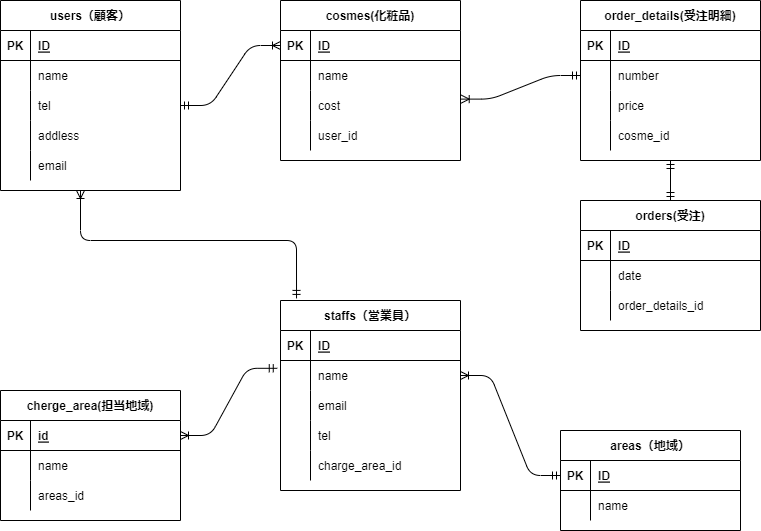
tatsumaki0301/20220723yasumoto keeps this draw.io diagram as test2.drawio.png. Above is the earlier version. Source tidied: cells renumbered, new cells last; positions are measured from the earlier drawing's top-left corner, leaving out a move shared by most shapes.
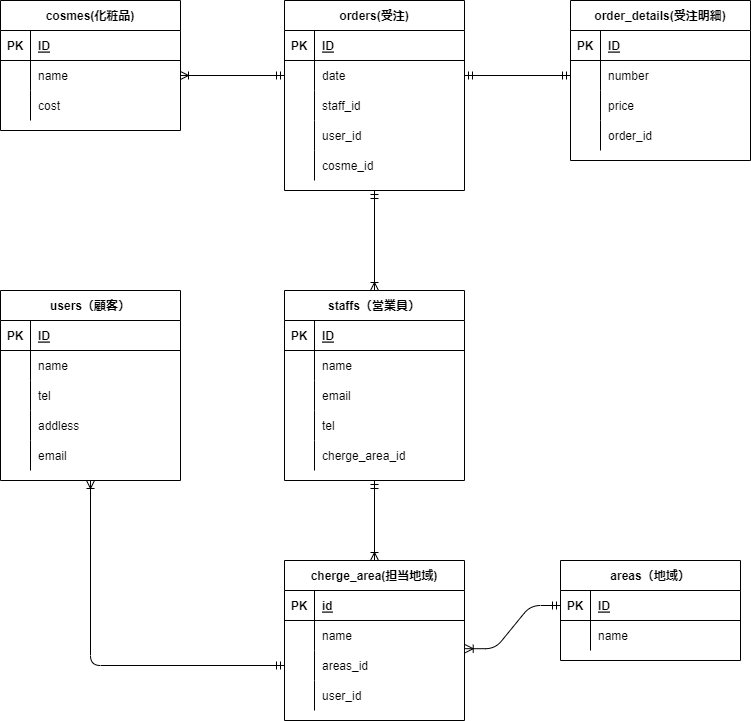
After the commit.

Diff of the diagram source:
```diff
@@ -3,7 +3,7 @@
     <mxCell id="0" />
     <mxCell id="1" parent="0" />
     <mxCell id="2" value="cosmes(化粧品)" style="shape=table;startSize=30;rowLines=0;fontStyle=1;align=center;" parent="1" vertex="1">
-      <mxGeometry x="280" width="180" height="160" as="geometry" />
+      <mxGeometry x="10" y="40" width="180" height="130" as="geometry" />
     </mxCell>
     <mxCell id="3" style="shape=partialRectangle;fillColor=none;top=0;left=0;bottom=1;right=0;points=[[0,0.5],[1,0.5]];portConstraint=eastwest;" parent="2" vertex="1">
       <mxGeometry y="30" width="180" height="30" as="geometry" />
@@ -32,17 +32,8 @@
     <mxCell id="11" value="cost" style="shape=partialRectangle;fillColor=none;top=0;left=0;bottom=0;right=0;align=left;spacingLeft=6;overflow=hidden;" parent="9" vertex="1">
       <mxGeometry x="30" width="150" height="30" as="geometry" />
     </mxCell>
-    <mxCell id="12" style="shape=partialRectangle;fillColor=none;top=0;left=0;bottom=0;right=0;" parent="2" vertex="1">
-      <mxGeometry y="120" width="180" height="30" as="geometry" />
-    </mxCell>
-    <mxCell id="13" style="shape=partialRectangle;fillColor=none;top=0;left=0;bottom=0;right=0;overflow=hidden;" parent="12" vertex="1">
-      <mxGeometry width="30" height="30" as="geometry" />
-    </mxCell>
-    <mxCell id="14" value="user_id" style="shape=partialRectangle;fillColor=none;top=0;left=0;bottom=0;right=0;align=left;spacingLeft=6;overflow=hidden;" parent="12" vertex="1">
-      <mxGeometry x="30" width="150" height="30" as="geometry" />
-    </mxCell>
     <mxCell id="15" value="order_details(受注明細)" style="shape=table;startSize=30;rowLines=0;fontStyle=1;align=center;" parent="1" vertex="1">
-      <mxGeometry x="580" width="180" height="160" as="geometry" />
+      <mxGeometry x="580" y="40" width="180" height="160" as="geometry" />
     </mxCell>
     <mxCell id="16" style="shape=partialRectangle;fillColor=none;top=0;left=0;bottom=1;right=0;" parent="15" vertex="1">
       <mxGeometry y="30" width="180" height="30" as="geometry" />
@@ -71,17 +62,17 @@
     <mxCell id="24" value="price" style="shape=partialRectangle;fillColor=none;top=0;left=0;bottom=0;right=0;align=left;spacingLeft=6;overflow=hidden;" parent="22" vertex="1">
       <mxGeometry x="30" width="150" height="30" as="geometry" />
     </mxCell>
-    <mxCell id="25" style="shape=partialRectangle;fillColor=none;top=0;left=0;bottom=0;right=0;" parent="15" vertex="1">
-      <mxGeometry y="120" width="180" height="30" as="geometry" />
-    </mxCell>
-    <mxCell id="26" style="shape=partialRectangle;fillColor=none;top=0;left=0;bottom=0;right=0;overflow=hidden;" parent="25" vertex="1">
-      <mxGeometry width="30" height="30" as="geometry" />
-    </mxCell>
-    <mxCell id="27" value="cosme_id" style="shape=partialRectangle;fillColor=none;top=0;left=0;bottom=0;right=0;align=left;spacingLeft=6;overflow=hidden;" parent="25" vertex="1">
-      <mxGeometry x="30" width="150" height="30" as="geometry" />
-    </mxCell>
+    <mxCell id="93" style="shape=partialRectangle;fillColor=none;top=0;left=0;bottom=0;right=0;" parent="15" vertex="1">
+      <mxGeometry y="120" width="180" height="30" as="geometry" />
+    </mxCell>
+    <mxCell id="94" style="shape=partialRectangle;fillColor=none;top=0;left=0;bottom=0;right=0;overflow=hidden;" parent="93" vertex="1">
+      <mxGeometry width="30" height="30" as="geometry" />
+    </mxCell>
+    <mxCell id="95" value="order_id" style="shape=partialRectangle;fillColor=none;top=0;left=0;bottom=0;right=0;align=left;spacingLeft=6;overflow=hidden;" parent="93" vertex="1">
+      <mxGeometry x="30" width="150" height="30" as="geometry" />
+    </mxCell>
     <mxCell id="28" value="orders(受注)" style="shape=table;startSize=30;rowLines=0;fontStyle=1;align=center;" parent="1" vertex="1">
-      <mxGeometry x="580" y="200" width="180" height="130" as="geometry" />
+      <mxGeometry x="294" y="40" width="180" height="190" as="geometry" />
     </mxCell>
     <mxCell id="29" style="shape=partialRectangle;fillColor=none;top=0;left=0;bottom=1;right=0;" parent="28" vertex="1">
       <mxGeometry y="30" width="180" height="30" as="geometry" />
@@ -104,14 +95,32 @@
     <mxCell id="35" style="shape=partialRectangle;fillColor=none;top=0;left=0;bottom=0;right=0;" parent="28" vertex="1">
       <mxGeometry y="90" width="180" height="30" as="geometry" />
     </mxCell>
-    <mxCell id="36" style="shape=partialRectangle;fillColor=none;top=0;left=0;bottom=0;right=0;overflow=hidden;" parent="35" vertex="1">
-      <mxGeometry width="30" height="30" as="geometry" />
-    </mxCell>
-    <mxCell id="37" value="order_details_id" style="shape=partialRectangle;fillColor=none;top=0;left=0;bottom=0;right=0;align=left;spacingLeft=6;overflow=hidden;" parent="35" vertex="1">
-      <mxGeometry x="30" width="150" height="30" as="geometry" />
-    </mxCell>
+    <mxCell id="96" style="shape=partialRectangle;fillColor=none;top=0;left=0;bottom=0;right=0;overflow=hidden;" parent="35" vertex="1">
+      <mxGeometry width="30" height="30" as="geometry" />
+    </mxCell>
+    <mxCell id="97" value="staff_id" style="shape=partialRectangle;fillColor=none;top=0;left=0;bottom=0;right=0;align=left;spacingLeft=6;overflow=hidden;" parent="35" vertex="1">
+      <mxGeometry x="30" width="150" height="30" as="geometry" />
+    </mxCell>
+    <mxCell id="98" style="shape=partialRectangle;fillColor=none;top=0;left=0;bottom=0;right=0;" parent="28" vertex="1">
+      <mxGeometry y="120" width="180" height="30" as="geometry" />
+    </mxCell>
+    <mxCell id="99" style="shape=partialRectangle;fillColor=none;top=0;left=0;bottom=0;right=0;overflow=hidden;" parent="98" vertex="1">
+      <mxGeometry width="30" height="30" as="geometry" />
+    </mxCell>
+    <mxCell id="100" value="user_id" style="shape=partialRectangle;fillColor=none;top=0;left=0;bottom=0;right=0;align=left;spacingLeft=6;overflow=hidden;" parent="98" vertex="1">
+      <mxGeometry x="30" width="150" height="30" as="geometry" />
+    </mxCell>
+    <mxCell id="101" style="shape=partialRectangle;fillColor=none;top=0;left=0;bottom=0;right=0;" parent="28" vertex="1">
+      <mxGeometry y="150" width="180" height="30" as="geometry" />
+    </mxCell>
+    <mxCell id="102" style="shape=partialRectangle;fillColor=none;top=0;left=0;bottom=0;right=0;overflow=hidden;" parent="101" vertex="1">
+      <mxGeometry width="30" height="30" as="geometry" />
+    </mxCell>
+    <mxCell id="27" value="cosme_id" style="shape=partialRectangle;fillColor=none;top=0;left=0;bottom=0;right=0;align=left;spacingLeft=6;overflow=hidden;" parent="101" vertex="1">
+      <mxGeometry x="30" width="150" height="30" as="geometry" />
+    </mxCell>
     <mxCell id="38" value="users（顧客）" style="shape=table;startSize=30;rowLines=0;fontStyle=1;align=center;" parent="1" vertex="1">
-      <mxGeometry width="180" height="190" as="geometry" />
+      <mxGeometry x="10" y="330" width="180" height="190" as="geometry" />
     </mxCell>
     <mxCell id="39" style="shape=partialRectangle;fillColor=none;top=0;left=0;bottom=1;right=0;" parent="38" vertex="1">
       <mxGeometry y="30" width="180" height="30" as="geometry" />
@@ -159,7 +168,7 @@
       <mxGeometry x="30" width="150" height="30" as="geometry" />
     </mxCell>
     <mxCell id="54" value="staffs（営業員）" style="shape=table;startSize=30;rowLines=0;fontStyle=1;align=center;" parent="1" vertex="1">
-      <mxGeometry x="280" y="300" width="180" height="190" as="geometry" />
+      <mxGeometry x="294" y="330" width="180" height="190" as="geometry" />
     </mxCell>
     <mxCell id="55" style="shape=partialRectangle;fillColor=none;top=0;left=0;bottom=1;right=0;" parent="54" vertex="1">
       <mxGeometry y="30" width="180" height="30" as="geometry" />
@@ -203,11 +212,11 @@
     <mxCell id="68" style="shape=partialRectangle;fillColor=none;top=0;left=0;bottom=0;right=0;overflow=hidden;" parent="67" vertex="1">
       <mxGeometry width="30" height="30" as="geometry" />
     </mxCell>
-    <mxCell id="69" value="charge_area_id" style="shape=partialRectangle;fillColor=none;top=0;left=0;bottom=0;right=0;align=left;spacingLeft=6;overflow=hidden;" parent="67" vertex="1">
+    <mxCell id="69" value="cherge_area_id" style="shape=partialRectangle;fillColor=none;top=0;left=0;bottom=0;right=0;align=left;spacingLeft=6;overflow=hidden;" parent="67" vertex="1">
       <mxGeometry x="30" width="150" height="30" as="geometry" />
     </mxCell>
     <mxCell id="70" value="areas（地域）" style="shape=table;startSize=30;rowLines=0;fontStyle=1;align=center;" parent="1" vertex="1">
-      <mxGeometry x="560" y="430" width="180" height="100" as="geometry" />
+      <mxGeometry x="570" y="600" width="180" height="100" as="geometry" />
     </mxCell>
     <mxCell id="71" style="shape=partialRectangle;fillColor=none;top=0;left=0;bottom=1;right=0;points=[[0,0.5],[1,0.5]];portConstraint=eastwest;" parent="70" vertex="1">
       <mxGeometry y="30" width="180" height="30" as="geometry" />
@@ -228,7 +237,7 @@
       <mxGeometry x="30" width="150" height="30" as="geometry" />
     </mxCell>
     <mxCell id="77" value="cherge_area(担当地域)" style="shape=table;startSize=30;rowLines=0;fontStyle=1;align=center;" parent="1" vertex="1">
-      <mxGeometry y="390" width="180" height="130" as="geometry" />
+      <mxGeometry x="294" y="600" width="180" height="160" as="geometry" />
     </mxCell>
     <mxCell id="78" style="shape=partialRectangle;fillColor=none;top=0;left=0;bottom=1;right=0;points=[[0,0.5],[1,0.5]];portConstraint=eastwest;" parent="77" vertex="1">
       <mxGeometry y="30" width="180" height="30" as="geometry" />
@@ -257,29 +266,32 @@
     <mxCell id="86" value="areas_id" style="shape=partialRectangle;fillColor=none;top=0;left=0;bottom=0;right=0;align=left;spacingLeft=6;overflow=hidden;" parent="84" vertex="1">
       <mxGeometry x="30" width="150" height="30" as="geometry" />
     </mxCell>
+    <mxCell id="103" style="shape=partialRectangle;fillColor=none;top=0;left=0;bottom=0;right=0;" parent="77" vertex="1">
+      <mxGeometry y="120" width="180" height="30" as="geometry" />
+    </mxCell>
+    <mxCell id="104" style="shape=partialRectangle;fillColor=none;top=0;left=0;bottom=0;right=0;overflow=hidden;" parent="103" vertex="1">
+      <mxGeometry width="30" height="30" as="geometry" />
+    </mxCell>
+    <mxCell id="105" value="user_id" style="shape=partialRectangle;fillColor=none;top=0;left=0;bottom=0;right=0;align=left;spacingLeft=6;overflow=hidden;" parent="103" vertex="1">
+      <mxGeometry x="30" width="150" height="30" as="geometry" />
+    </mxCell>
-    <mxCell id="87" style="edgeStyle=entityRelationEdgeStyle;fontSize=12;html=1;endArrow=ERoneToMany;startArrow=ERmandOne;exitX=-0.018;exitY=0.26;exitDx=0;exitDy=0;exitPerimeter=0;entryX=1;entryY=0.5;entryDx=0;entryDy=0;" parent="1" edge="1" source="58" target="78">
+    <mxCell id="87" style="fontSize=12;html=1;endArrow=ERoneToMany;startArrow=ERmandOne;entryX=0.5;entryY=0;entryDx=0;entryDy=0;exitX=0.5;exitY=1;exitDx=0;exitDy=0;" parent="1" edge="1" source="54" target="77">
       <mxGeometry relative="1" as="geometry" />
     </mxCell>
-    <mxCell id="88" style="edgeStyle=entityRelationEdgeStyle;fontSize=12;html=1;endArrow=ERoneToMany;startArrow=ERmandOne;exitX=0;exitY=0.5;exitDx=0;exitDy=0;entryX=1;entryY=0.5;entryDx=0;entryDy=0;" parent="1" edge="1" source="71" target="58">
+    <mxCell id="88" style="edgeStyle=entityRelationEdgeStyle;fontSize=12;html=1;endArrow=ERoneToMany;startArrow=ERmandOne;exitX=0;exitY=0.5;exitDx=0;exitDy=0;entryX=1.004;entryY=-0.06;entryDx=0;entryDy=0;entryPerimeter=0;" parent="1" edge="1" source="71" target="84">
       <mxGeometry relative="1" as="geometry" />
     </mxCell>
-    <mxCell id="89" style="edgeStyle=orthogonalEdgeStyle;fontSize=12;html=1;endArrow=ERoneToMany;startArrow=ERmandOne;exitX=0.089;exitY=-0.011;exitDx=0;exitDy=0;exitPerimeter=0;" parent="1" edge="1" source="54">
-      <mxGeometry relative="1" as="geometry">
-        <mxPoint x="80" y="190" as="targetPoint" />
-        <Array as="points">
-          <mxPoint x="296" y="240" />
-          <mxPoint x="80" y="240" />
-        </Array>
-      </mxGeometry>
-    </mxCell>
-    <mxCell id="90" style="edgeStyle=entityRelationEdgeStyle;fontSize=12;html=1;endArrow=ERoneToMany;startArrow=ERmandOne;exitX=1;exitY=0.5;exitDx=0;exitDy=0;entryX=0;entryY=0.5;entryDx=0;entryDy=0;" parent="1" edge="1" source="45" target="3">
-      <mxGeometry relative="1" as="geometry" />
-    </mxCell>
-    <mxCell id="91" style="fontSize=12;html=1;endArrow=ERmandOne;startArrow=ERmandOne;exitX=0.5;exitY=0;exitDx=0;exitDy=0;entryX=0.5;entryY=1;entryDx=0;entryDy=0;" parent="1" edge="1" source="28" target="15">
+    <mxCell id="91" style="fontSize=12;html=1;endArrow=ERmandOne;startArrow=ERmandOne;exitX=1;exitY=0.5;exitDx=0;exitDy=0;entryX=0;entryY=0.5;entryDx=0;entryDy=0;" parent="1" edge="1" source="32" target="19">
       <mxGeometry relative="1" as="geometry" />
     </mxCell>
-    <mxCell id="92" style="edgeStyle=entityRelationEdgeStyle;fontSize=12;html=1;endArrow=ERoneToMany;startArrow=ERmandOne;exitX=0;exitY=0.5;exitDx=0;exitDy=0;entryX=1.004;entryY=0.287;entryDx=0;entryDy=0;entryPerimeter=0;" parent="1" edge="1" source="19" target="9">
-      <mxGeometry relative="1" as="geometry" />
-    </mxCell>
+    <mxCell id="106" style="edgeStyle=orthogonalEdgeStyle;fontSize=12;html=1;endArrow=ERoneToMany;startArrow=ERmandOne;entryX=0.5;entryY=1;entryDx=0;entryDy=0;exitX=0;exitY=0.5;exitDx=0;exitDy=0;" parent="1" edge="1" source="84" target="38">
+      <mxGeometry relative="1" as="geometry" />
+    </mxCell>
+    <mxCell id="107" style="fontSize=12;html=1;endArrow=ERoneToMany;startArrow=ERmandOne;exitX=0.5;exitY=1;exitDx=0;exitDy=0;entryX=0.5;entryY=0;entryDx=0;entryDy=0;" parent="1" edge="1" source="28" target="54">
+      <mxGeometry relative="1" as="geometry" />
+    </mxCell>
+    <mxCell id="108" style="fontSize=12;html=1;endArrow=ERoneToMany;startArrow=ERmandOne;exitX=0;exitY=0.5;exitDx=0;exitDy=0;entryX=1;entryY=0.5;entryDx=0;entryDy=0;" parent="1" edge="1" source="32" target="6">
+      <mxGeometry relative="1" as="geometry" />
+    </mxCell>
   </root>
 </mxGraphModel>
```
